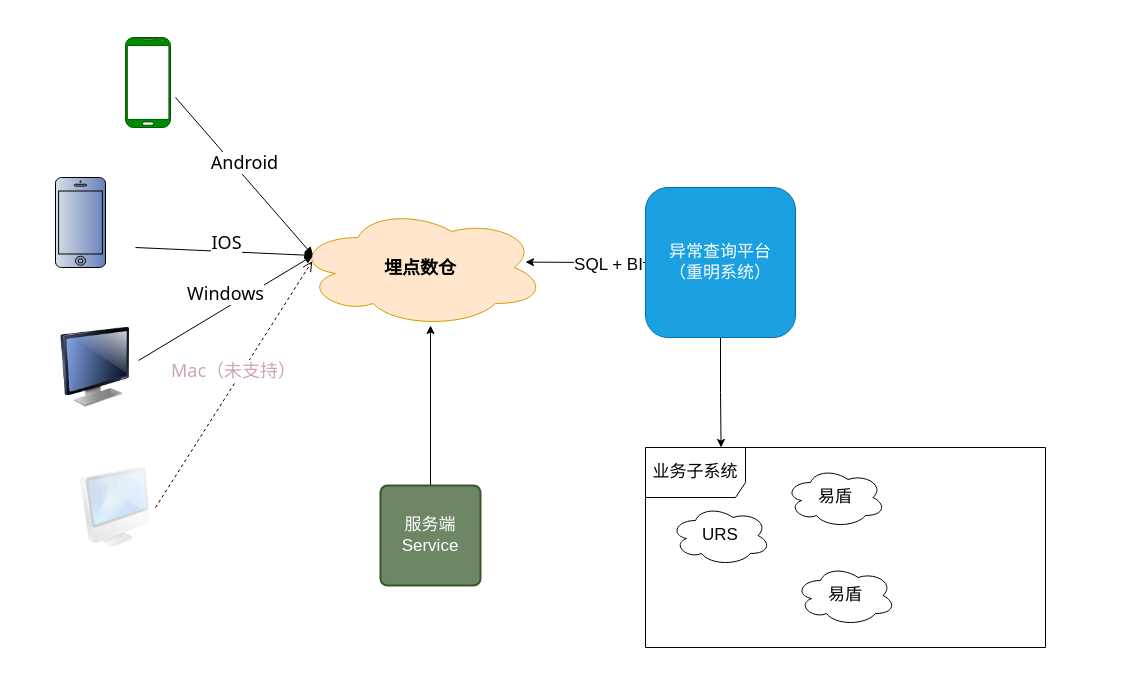
Above: test.drawio in XXXShaoZi/test_file (draw.io), before the change. Source tidied: cells renumbered, new cells numbered last; positions are measured from the earlier drawing's top-left corner, leaving out a move shared by most shapes. Both pictures are drawn from the tidied source at 100%, with x=0, y=0 at pixel (55, 37).
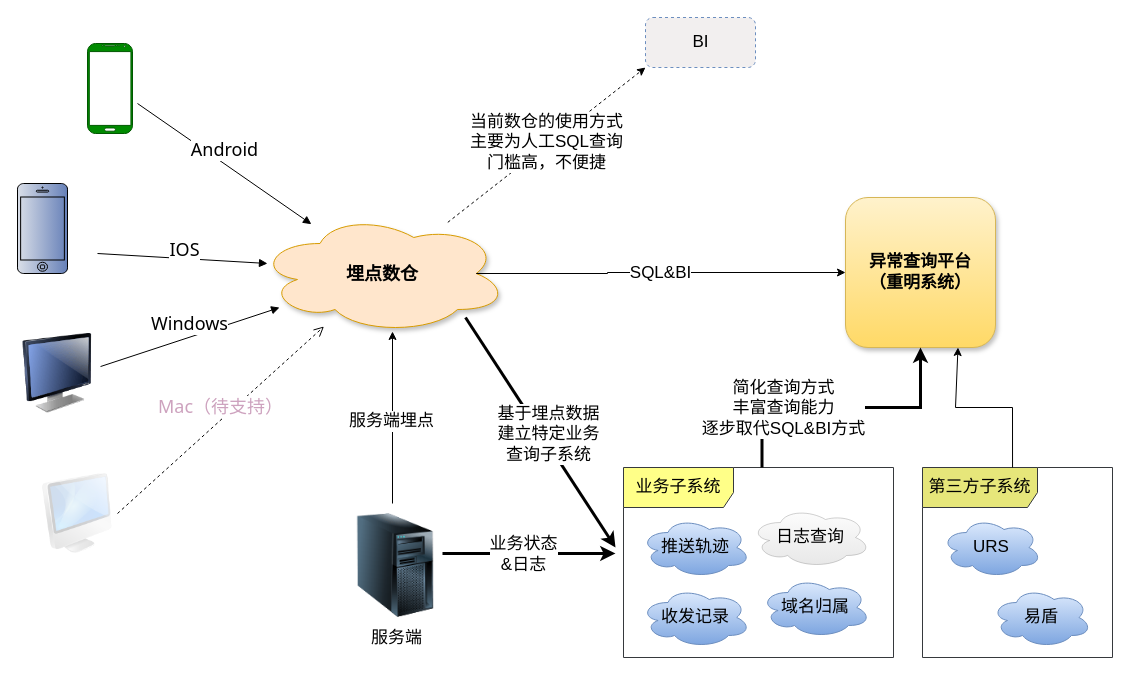
The same page after the edit.

Change to the diagram source:
```diff
@@
+    <mxCell id="21" value="第三方子系统" style="shape=umlFrame;whiteSpace=wrap;html=1;fontSize=17;width=115;height=40;fillColor=#E6E67A;strokeColor=#36393d;" parent="1" vertex="1">
+      <mxGeometry x="867" y="430" width="190" height="190" as="geometry" />
+    </mxCell>
-    <mxCell id="2" value="埋点数仓" style="ellipse;shape=cloud;whiteSpace=wrap;html=1;fillColor=#ffe6cc;strokeColor=#d79b00;fontStyle=1;fontSize=18;fontFamily=Tahoma;" parent="1" vertex="1">
-      <mxGeometry x="240" y="170" width="250" height="120" as="geometry" />
+    <mxCell id="2" value="埋点数仓" style="ellipse;shape=cloud;whiteSpace=wrap;html=1;fillColor=#ffe6cc;strokeColor=#d79b00;fontStyle=1;fontSize=18;fontFamily=Tahoma;shadow=1;" parent="1" vertex="1">
+      <mxGeometry x="202" y="176" width="250" height="120" as="geometry" />
     </mxCell>
     <mxCell id="3" style="image;html=1;image=img/lib/clip_art/computers/iMac_128x128.png;fillStyle=solid;fontFamily=Tahoma;fontSize=18;fillColor=#D5E8D4;opacity=20;" parent="1" vertex="1">
-      <mxGeometry x="20" y="430" width="80" height="80" as="geometry" />
+      <mxGeometry x="-18" y="436" width="80" height="80" as="geometry" />
     </mxCell>
-    <mxCell id="4" value="Android" style="html=1;verticalAlign=bottom;endArrow=block;rounded=0;fontFamily=Tahoma;fontSize=18;exitX=1;exitY=0.5;exitDx=0;exitDy=0;entryX=0.07;entryY=0.4;entryDx=0;entryDy=0;entryPerimeter=0;" parent="1" edge="1" target="2">
+    <mxCell id="4" value="Android" style="html=1;verticalAlign=bottom;endArrow=block;rounded=0;fontFamily=Tahoma;fontSize=18;exitX=1;exitY=0.5;exitDx=0;exitDy=0;" parent="1" edge="1" target="2">
       <mxGeometry relative="1" as="geometry">
-        <mxPoint x="120" y="60" as="sourcePoint" />
+        <mxPoint x="82" y="66" as="sourcePoint" />
       </mxGeometry>
     </mxCell>
-    <mxCell id="5" value="IOS" style="html=1;verticalAlign=bottom;endArrow=block;rounded=0;fontFamily=Tahoma;fontSize=18;exitX=1;exitY=0.5;exitDx=0;exitDy=0;entryX=0.07;entryY=0.4;entryDx=0;entryDy=0;entryPerimeter=0;" parent="1" edge="1" target="2">
+    <mxCell id="5" value="IOS" style="html=1;verticalAlign=bottom;endArrow=block;rounded=0;fontFamily=Tahoma;fontSize=18;exitX=1;exitY=0.5;exitDx=0;exitDy=0;" parent="1" edge="1">
       <mxGeometry x="0.02" y="-5" relative="1" as="geometry">
-        <mxPoint x="80" y="210" as="sourcePoint" />
+        <mxPoint x="42" y="216" as="sourcePoint" />
+        <mxPoint x="212" y="226" as="targetPoint" />
       </mxGeometry>
     </mxCell>
     <mxCell id="6" style="verticalLabelPosition=bottom;verticalAlign=top;html=1;shadow=0;dashed=0;strokeWidth=1;shape=mxgraph.android.phone2;strokeColor=#005700;fillStyle=solid;fontFamily=Tahoma;fontSize=18;fillColor=#008a00;fontColor=#ffffff;" parent="1" vertex="1">
-      <mxGeometry x="70" width="45" height="90" as="geometry" />
+      <mxGeometry x="32" y="6" width="45" height="90" as="geometry" />
     </mxCell>
     <mxCell id="7" style="html=1;verticalLabelPosition=bottom;labelBackgroundColor=#ffffff;verticalAlign=top;shadow=0;dashed=0;strokeWidth=1;shape=mxgraph.ios7.misc.iphone;strokeColor=#000000;fillStyle=solid;fontFamily=Tahoma;fontSize=18;fillColor=#6680b8;fontColor=#ffffff;gradientColor=#DADFE8;gradientDirection=west;" parent="1" vertex="1">
-      <mxGeometry y="140" width="50" height="90" as="geometry" />
+      <mxGeometry x="-38" y="146" width="50" height="90" as="geometry" />
     </mxCell>
     <mxCell id="8" style="image;html=1;image=img/lib/clip_art/computers/Monitor_128x128.png;fillStyle=solid;fontFamily=Tahoma;fontSize=18;fillColor=#D5E8D4;" parent="1" vertex="1">
-      <mxGeometry y="290" width="80" height="80" as="geometry" />
+      <mxGeometry x="-38" y="296" width="80" height="80" as="geometry" />
     </mxCell>
-    <mxCell id="9" value="Windows" style="html=1;verticalAlign=bottom;endArrow=block;rounded=0;fontFamily=Tahoma;fontSize=18;exitX=1.038;exitY=0.413;exitDx=0;exitDy=0;exitPerimeter=0;entryX=0.07;entryY=0.4;entryDx=0;entryDy=0;entryPerimeter=0;" parent="1" edge="1" source="8" target="2">
+    <mxCell id="9" value="Windows" style="html=1;verticalAlign=bottom;endArrow=block;rounded=0;fontFamily=Tahoma;fontSize=18;exitX=1.038;exitY=0.413;exitDx=0;exitDy=0;exitPerimeter=0;" parent="1" edge="1" source="8" target="2">
       <mxGeometry relative="1" as="geometry" />
     </mxCell>
-    <mxCell id="10" value="&lt;font color=&quot;#cda2be&quot;&gt;Mac（未支持）&lt;/font&gt;" style="html=1;verticalAlign=bottom;endArrow=open;dashed=1;endSize=8;rounded=0;fontFamily=Tahoma;fontSize=18;exitX=1;exitY=0.5;exitDx=0;exitDy=0;entryX=0.067;entryY=0.447;entryDx=0;entryDy=0;entryPerimeter=0;" parent="1" edge="1" source="3" target="2">
+    <mxCell id="10" value="&lt;font color=&quot;#cda2be&quot;&gt;Mac（待支持）&lt;/font&gt;" style="html=1;verticalAlign=bottom;endArrow=open;dashed=1;endSize=8;rounded=0;fontFamily=Tahoma;fontSize=18;exitX=1;exitY=0.5;exitDx=0;exitDy=0;" parent="1" edge="1" source="3" target="2">
       <mxGeometry relative="1" as="geometry" />
     </mxCell>
-    <mxCell id="11" style="edgeStyle=orthogonalEdgeStyle;rounded=0;jettySize=auto;html=1;exitX=0.5;exitY=1;exitDx=0;exitDy=0;entryX=0.189;entryY=0;entryDx=0;entryDy=0;entryPerimeter=0;fontSize=17;fontColor=#000000;" parent="1" edge="1" source="14" target="15">
-      <mxGeometry relative="1" as="geometry" />
-    </mxCell>
-    <mxCell id="12" style="edgeStyle=orthogonalEdgeStyle;rounded=0;jettySize=auto;html=1;exitX=0;exitY=0.5;exitDx=0;exitDy=0;fontSize=17;fontColor=#000000;entryX=0.92;entryY=0.455;entryDx=0;entryDy=0;entryPerimeter=0;" parent="1" edge="1" source="14" target="2">
-      <mxGeometry relative="1" as="geometry" />
+    <mxCell id="12" style="edgeStyle=orthogonalEdgeStyle;rounded=0;jettySize=auto;html=1;exitX=0.875;exitY=0.5;exitDx=0;exitDy=0;fontSize=17;fontColor=#000000;exitPerimeter=0;entryX=0;entryY=0.5;entryDx=0;entryDy=0;" parent="1" edge="1" source="2" target="14">
+      <mxGeometry relative="1" as="geometry">
+        <Array as="points">
+          <mxPoint x="552" y="236" />
+        </Array>
+      </mxGeometry>
     </mxCell>
-    <mxCell id="13" value="SQL + BI" style="edgeLabel;html=1;align=center;verticalAlign=middle;fontSize=17;fontColor=#000000;" parent="12" vertex="1">
+    <mxCell id="13" value="&lt;font style=&quot;font-size: 17px;&quot;&gt;SQL&amp;amp;BI&lt;br&gt;&lt;/font&gt;" style="edgeLabel;html=1;align=center;verticalAlign=middle;fontSize=17;fontColor=#000000;" parent="12" vertex="1">
       <mxGeometry x="-0.2" y="2" relative="1" as="geometry">
-        <mxPoint x="10" as="offset" />
+        <mxPoint x="37" y="2" as="offset" />
       </mxGeometry>
     </mxCell>
-    <mxCell id="14" value="异常查询平台&lt;br&gt;（重明系统）" style="rounded=1;whiteSpace=wrap;html=1;fontSize=17;fontColor=#ffffff;fillColor=#1ba1e2;strokeColor=#006EAF;" parent="1" vertex="1">
-      <mxGeometry x="590" y="150" width="150" height="150" as="geometry" />
+    <mxCell id="14" value="&lt;b&gt;异常查询平台&lt;br&gt;（重明系统）&lt;/b&gt;" style="rounded=1;whiteSpace=wrap;html=1;fontSize=17;fillColor=#fff2cc;strokeColor=#d6b656;gradientColor=#ffd966;shadow=1;" parent="1" vertex="1">
+      <mxGeometry x="790" y="160" width="150" height="150" as="geometry" />
     </mxCell>
-    <mxCell id="15" value="业务子系统" style="shape=umlFrame;whiteSpace=wrap;html=1;fontSize=17;fontColor=#000000;width=100;height=50;" parent="1" vertex="1">
-      <mxGeometry x="590" y="410" width="400" height="200" as="geometry" />
+    <mxCell id="15" value="业务子系统" style="shape=umlFrame;whiteSpace=wrap;html=1;fontSize=17;width=110;height=40;fillColor=#ffff88;strokeColor=#36393d;" parent="1" vertex="1">
+      <mxGeometry x="568" y="430" width="270" height="190" as="geometry" />
     </mxCell>
-    <mxCell id="16" style="edgeStyle=orthogonalEdgeStyle;rounded=0;jettySize=auto;html=1;exitX=0.5;exitY=0;exitDx=0;exitDy=0;fontSize=17;fontColor=#000000;" parent="1" edge="1" source="17">
+    <mxCell id="16" style="edgeStyle=orthogonalEdgeStyle;rounded=0;orthogonalLoop=1;jettySize=auto;html=1;exitX=0.5;exitY=0;exitDx=0;exitDy=0;fontSize=17;fontColor=#000000;" parent="1" edge="1">
       <mxGeometry relative="1" as="geometry">
-        <mxPoint x="375" y="288" as="targetPoint" />
+        <mxPoint x="337" y="466" as="sourcePoint" />
+        <mxPoint x="337" y="294" as="targetPoint" />
       </mxGeometry>
     </mxCell>
-    <mxCell id="17" value="服务端&lt;br&gt;Service" style="rounded=1;whiteSpace=wrap;html=1;absoluteArcSize=1;arcSize=14;strokeWidth=2;fontSize=17;fontColor=#ffffff;fillColor=#6d8764;strokeColor=#3A5431;" parent="1" vertex="1">
-      <mxGeometry x="325" y="448" width="100" height="100" as="geometry" />
-    </mxCell>
+    <mxCell id="22" value="服务端埋点" style="edgeLabel;html=1;align=center;verticalAlign=middle;fontSize=17;" parent="16" vertex="1">
+      <mxGeometry x="-0.03" y="2" relative="1" as="geometry" />
+    </mxCell>
-    <mxCell id="18" value="URS" style="ellipse;shape=cloud;whiteSpace=wrap;html=1;align=center;fontSize=17;fontColor=#000000;" parent="1" vertex="1">
-      <mxGeometry x="615" y="468" width="100" height="60" as="geometry" />
+    <mxCell id="18" value="URS" style="ellipse;shape=cloud;whiteSpace=wrap;html=1;align=center;fontSize=17;fillColor=#dae8fc;gradientColor=#7ea6e0;strokeColor=#6c8ebf;" parent="1" vertex="1">
+      <mxGeometry x="886" y="480" width="100" height="60" as="geometry" />
     </mxCell>
-    <mxCell id="19" value="易盾" style="ellipse;shape=cloud;whiteSpace=wrap;html=1;align=center;fontSize=17;fontColor=#000000;" parent="1" vertex="1">
-      <mxGeometry x="730" y="430" width="100" height="60" as="geometry" />
+    <mxCell id="19" value="易盾" style="ellipse;shape=cloud;whiteSpace=wrap;html=1;align=center;fontSize=17;fillColor=#dae8fc;gradientColor=#7ea6e0;strokeColor=#6c8ebf;" parent="1" vertex="1">
+      <mxGeometry x="936" y="550" width="100" height="60" as="geometry" />
     </mxCell>
-    <mxCell id="20" value="易盾" style="ellipse;shape=cloud;whiteSpace=wrap;html=1;align=center;fontSize=17;fontColor=#000000;" parent="1" vertex="1">
-      <mxGeometry x="740" y="528" width="100" height="60" as="geometry" />
+    <mxCell id="20" value="日志查询" style="ellipse;shape=cloud;whiteSpace=wrap;html=1;align=center;fontSize=17;fillColor=#f5f5f5;gradientColor=#b3b3b3;strokeColor=#666666;opacity=30;" parent="1" vertex="1">
+      <mxGeometry x="695" y="470" width="120" height="60" as="geometry" />
     </mxCell>
+    <mxCell id="23" style="endArrow=classic;html=1;exitX=1;exitY=0.5;exitDx=0;exitDy=0;rounded=0;strokeWidth=3;" parent="1" edge="1">
+      <mxGeometry relative="1" as="geometry">
+        <mxPoint x="387" y="516" as="sourcePoint" />
+        <mxPoint x="560" y="516" as="targetPoint" />
+      </mxGeometry>
+    </mxCell>
+    <mxCell id="24" value="业务状态&lt;br&gt;&amp;amp;日志" style="edgeLabel;html=1;align=center;verticalAlign=middle;fontSize=17;" parent="23" vertex="1">
+      <mxGeometry x="-0.25" y="-1" relative="1" as="geometry">
+        <mxPoint x="15" y="-1" as="offset" />
+      </mxGeometry>
+    </mxCell>
+    <mxCell id="25" style="edgeStyle=orthogonalEdgeStyle;rounded=0;jettySize=auto;html=1;exitX=0.513;exitY=0;exitDx=0;exitDy=0;fontSize=17;fontColor=#000000;exitPerimeter=0;entryX=0.5;entryY=1;entryDx=0;entryDy=0;strokeWidth=3;" parent="1" edge="1" source="15" target="14">
+      <mxGeometry relative="1" as="geometry" />
+    </mxCell>
+    <mxCell id="26" value="&lt;span style=&quot;font-size: 17px;&quot;&gt;简化查询方式&lt;br&gt;丰富查询能力&lt;br&gt;逐步取代SQL&amp;amp;BI方式&lt;/span&gt;" style="edgeLabel;html=1;align=center;verticalAlign=middle;" parent="25" vertex="1">
+      <mxGeometry x="0.19" y="4" relative="1" as="geometry">
+        <mxPoint x="-85" y="4" as="offset" />
+      </mxGeometry>
+    </mxCell>
+    <mxCell id="27" style="endArrow=classic;html=1;rounded=0;strokeWidth=3;" parent="1" edge="1">
+      <mxGeometry relative="1" as="geometry">
+        <mxPoint x="410" y="280" as="sourcePoint" />
+        <mxPoint x="560" y="510" as="targetPoint" />
+      </mxGeometry>
+    </mxCell>
+    <mxCell id="28" value="基于埋点数据&lt;br&gt;建立特定业务&lt;br&gt;查询子系统" style="edgeLabel;html=1;align=center;verticalAlign=middle;fontSize=17;" parent="27" vertex="1">
+      <mxGeometry x="-0.17" y="5" relative="1" as="geometry">
+        <mxPoint x="16" y="24" as="offset" />
+      </mxGeometry>
+    </mxCell>
+    <mxCell id="29" value="推送轨迹" style="ellipse;shape=cloud;whiteSpace=wrap;html=1;align=center;fontSize=17;fillColor=#dae8fc;gradientColor=#7ea6e0;strokeColor=#6c8ebf;" parent="1" vertex="1">
+      <mxGeometry x="585" y="480" width="110" height="60" as="geometry" />
+    </mxCell>
+    <mxCell id="30" value="收发记录" style="ellipse;shape=cloud;whiteSpace=wrap;html=1;align=center;fontSize=17;fillColor=#dae8fc;gradientColor=#7ea6e0;strokeColor=#6c8ebf;" parent="1" vertex="1">
+      <mxGeometry x="585" y="550" width="110" height="60" as="geometry" />
+    </mxCell>
+    <mxCell id="31" style="image;html=1;image=img/lib/clip_art/computers/Server_Tower_128x128.png;rounded=1;shadow=0;glass=0;sketch=0;fontSize=17;" parent="1" vertex="1">
+      <mxGeometry x="290" y="476" width="100" height="104" as="geometry" />
+    </mxCell>
+    <mxCell id="32" value="服务端" style="edgeLabel;html=1;align=center;verticalAlign=middle;fontSize=17;" parent="1" vertex="1">
+      <mxGeometry x="340" y="600" as="geometry" />
+    </mxCell>
+    <mxCell id="33" value="域名归属" style="ellipse;shape=cloud;whiteSpace=wrap;html=1;align=center;fontSize=17;fillColor=#dae8fc;gradientColor=#7ea6e0;strokeColor=#6c8ebf;" parent="1" vertex="1">
+      <mxGeometry x="705" y="540" width="110" height="60" as="geometry" />
+    </mxCell>
+    <mxCell id="34" style="endArrow=classic;html=1;rounded=0;fontSize=17;entryX=0.75;entryY=1;entryDx=0;entryDy=0;exitX=0.474;exitY=0;exitDx=0;exitDy=0;exitPerimeter=0;" parent="1" edge="1" source="21" target="14">
+      <mxGeometry relative="1" as="geometry">
+        <Array as="points">
+          <mxPoint x="957" y="370" />
+          <mxPoint x="900" y="370" />
+        </Array>
+      </mxGeometry>
+    </mxCell>
+    <mxCell id="35" value="BI" style="html=1;rounded=1;shadow=0;glass=0;sketch=0;fontSize=17;fillColor=#F2EFEF;gradientColor=none;strokeColor=#6c8ebf;dashed=1;" parent="1" vertex="1">
+      <mxGeometry x="590" y="-20" width="110" height="50" as="geometry" />
+    </mxCell>
+    <mxCell id="36" style="endArrow=classic;html=1;rounded=0;fontSize=17;entryX=0;entryY=1;entryDx=0;entryDy=0;dashed=1;" parent="1" edge="1" source="2" target="35">
+      <mxGeometry relative="1" as="geometry" />
+    </mxCell>
+    <mxCell id="37" value="当前数仓的使用方式&lt;br&gt;主要为人工SQL查询&lt;br&gt;门槛高，不便捷" style="edgeLabel;html=1;align=center;verticalAlign=middle;fontSize=17;" parent="36" vertex="1">
+      <mxGeometry x="0.02" y="2" relative="1" as="geometry">
+        <mxPoint x="-1" as="offset" />
+      </mxGeometry>
+    </mxCell>
```
